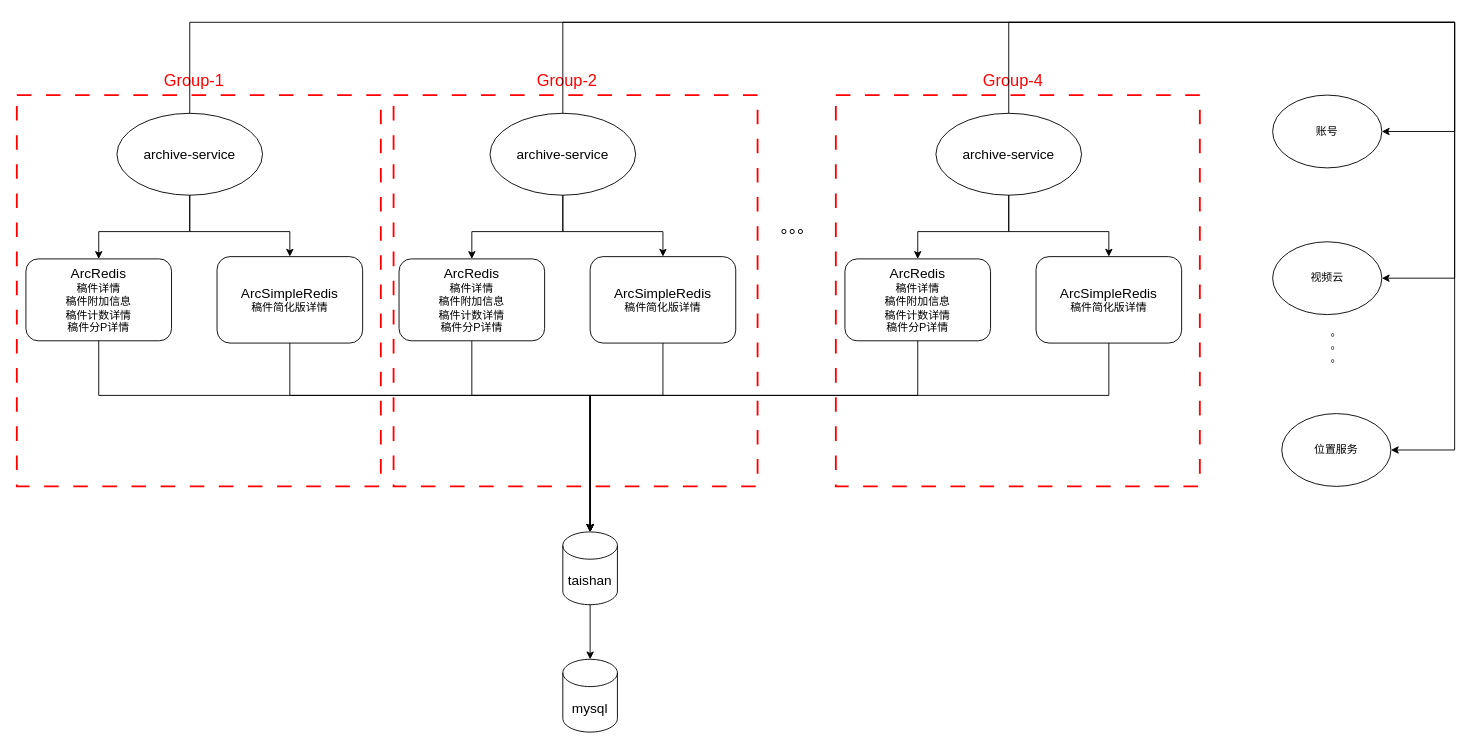
The draw.io diagram archive-service.drawio in smartcharles/tech_draw, before the edit. Source tidied: cells renumbered, new cells numbered last; positions are measured from the earlier drawing's top-left corner, leaving out a move shared by most shapes. Both pictures are drawn from the tidied source at 91%, with x=0, y=0 at pixel (16, 22).
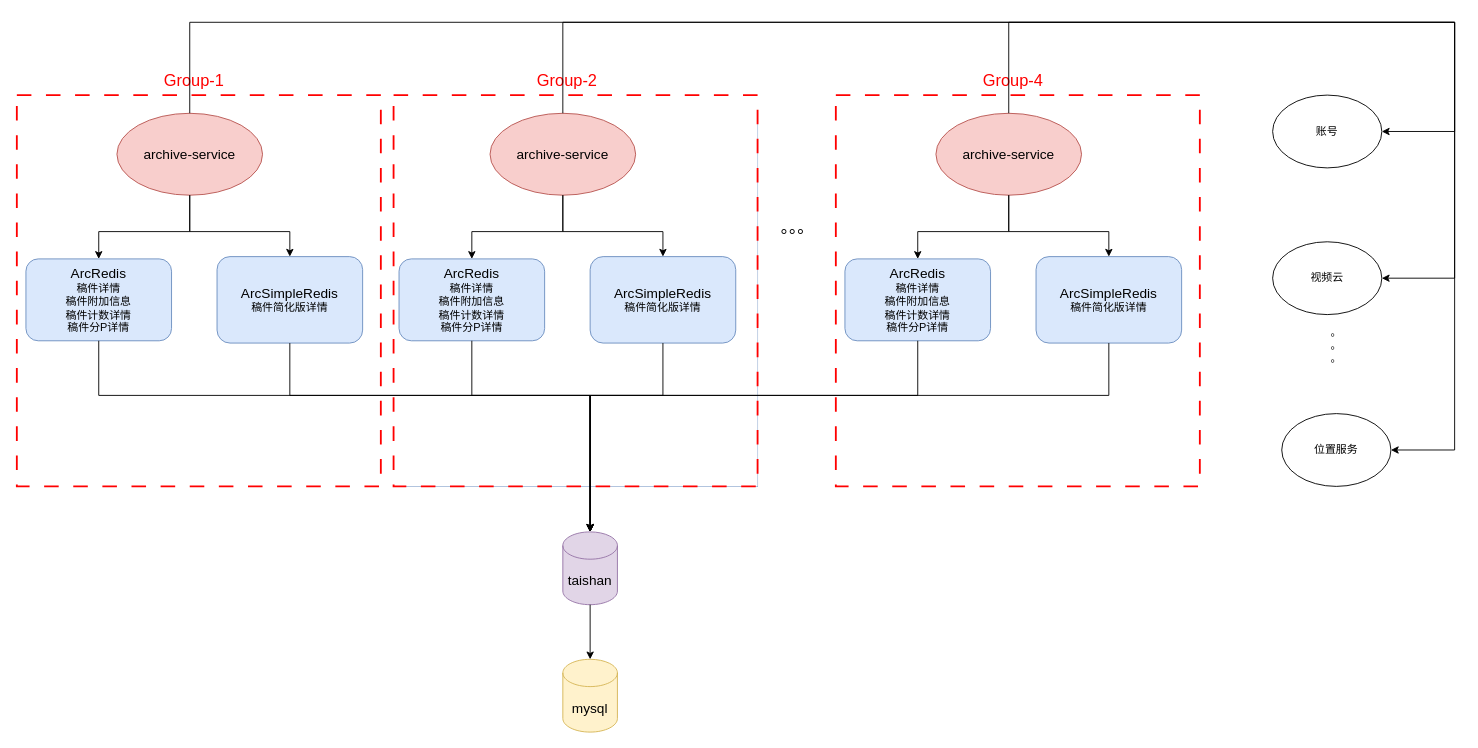
The same page after the edit.

Unchanged cells that the change refers to:
```xml
<mxCell id="2" style="group;" parent="1" vertex="1">
  <mxGeometry width="1580" height="780" as="geometry" />
</mxCell>
<mxCell id="11" style="group;" parent="2" vertex="1">
  <mxGeometry x="10" y="100" width="370" height="252.5" as="geometry" />
</mxCell>
<mxCell id="17" style="group;" parent="2" vertex="1">
  <mxGeometry x="910" y="100" width="390" height="410" as="geometry" />
</mxCell>
```

Change to the diagram source:
```diff
@@
-    <mxCell id="4" style="group;" parent="2" vertex="1">
+    <mxCell id="4" style="group;fillColor=#dae8fc;strokeColor=#6c8ebf;" parent="2" vertex="1">
       <mxGeometry x="420" y="100" width="394" height="410" as="geometry" />
     </mxCell>
@@
-    <mxCell id="6" value="&lt;font style=&quot;font-size: 15px;&quot;&gt;archive-service&lt;/font&gt;" style="ellipse;whiteSpace=wrap;html=1;" parent="4" vertex="1">
+    <mxCell id="6" value="&lt;font style=&quot;font-size: 15px;&quot;&gt;archive-service&lt;/font&gt;" style="ellipse;whiteSpace=wrap;html=1;fillColor=#f8cecc;strokeColor=#b85450;" parent="4" vertex="1">
       <mxGeometry x="100" width="160" height="90" as="geometry" />
     </mxCell>
-    <mxCell id="7" value="&lt;font style=&quot;font-size: 15px;&quot;&gt;ArcRedis&lt;/font&gt;&lt;br&gt;稿件详情&lt;br&gt;稿件附加信息&lt;br&gt;稿件计数详情&lt;br&gt;稿件分P详情" style="rounded=1;whiteSpace=wrap;html=1;" parent="4" vertex="1">
+    <mxCell id="7" value="&lt;font style=&quot;font-size: 15px;&quot;&gt;ArcRedis&lt;/font&gt;&lt;br&gt;稿件详情&lt;br&gt;稿件附加信息&lt;br&gt;稿件计数详情&lt;br&gt;稿件分P详情" style="rounded=1;whiteSpace=wrap;html=1;fillColor=#dae8fc;strokeColor=#6c8ebf;" parent="4" vertex="1">
       <mxGeometry y="160" width="160" height="90" as="geometry" />
     </mxCell>
@@
-    <mxCell id="9" value="&lt;font style=&quot;&quot;&gt;&lt;span style=&quot;font-size: 15px;&quot;&gt;ArcSimpleRedis&lt;/span&gt;&lt;br&gt;&lt;font style=&quot;font-size: 12px;&quot;&gt;稿件简化版详情&lt;/font&gt;&lt;br&gt;&lt;/font&gt;" style="rounded=1;whiteSpace=wrap;html=1;" parent="4" vertex="1">
+    <mxCell id="9" value="&lt;font style=&quot;&quot;&gt;&lt;span style=&quot;font-size: 15px;&quot;&gt;ArcSimpleRedis&lt;/span&gt;&lt;br&gt;&lt;font style=&quot;font-size: 12px;&quot;&gt;稿件简化版详情&lt;/font&gt;&lt;br&gt;&lt;/font&gt;" style="rounded=1;whiteSpace=wrap;html=1;fillColor=#dae8fc;strokeColor=#6c8ebf;" parent="4" vertex="1">
       <mxGeometry x="210" y="157.5" width="160" height="95" as="geometry" />
     </mxCell>
@@
-    <mxCell id="12" value="&lt;font style=&quot;font-size: 15px;&quot;&gt;archive-service&lt;/font&gt;" style="ellipse;whiteSpace=wrap;html=1;" parent="11" vertex="1">
+    <mxCell id="12" value="&lt;font style=&quot;font-size: 15px;&quot;&gt;archive-service&lt;/font&gt;" style="ellipse;whiteSpace=wrap;html=1;fillColor=#f8cecc;strokeColor=#b85450;" parent="11" vertex="1">
       <mxGeometry x="100" width="160" height="90" as="geometry" />
     </mxCell>
-    <mxCell id="13" value="&lt;font style=&quot;font-size: 15px;&quot;&gt;ArcRedis&lt;/font&gt;&lt;br&gt;稿件详情&lt;br&gt;稿件附加信息&lt;br&gt;稿件计数详情&lt;br&gt;稿件分P详情" style="rounded=1;whiteSpace=wrap;html=1;" parent="11" vertex="1">
+    <mxCell id="13" value="&lt;font style=&quot;font-size: 15px;&quot;&gt;ArcRedis&lt;/font&gt;&lt;br&gt;稿件详情&lt;br&gt;稿件附加信息&lt;br&gt;稿件计数详情&lt;br&gt;稿件分P详情" style="rounded=1;whiteSpace=wrap;html=1;fillColor=#dae8fc;strokeColor=#6c8ebf;" parent="11" vertex="1">
       <mxGeometry y="160" width="160" height="90" as="geometry" />
     </mxCell>
@@
-    <mxCell id="15" value="&lt;font style=&quot;&quot;&gt;&lt;span style=&quot;font-size: 15px;&quot;&gt;ArcSimpleRedis&lt;/span&gt;&lt;br&gt;&lt;font style=&quot;font-size: 12px;&quot;&gt;稿件简化版详情&lt;/font&gt;&lt;br&gt;&lt;/font&gt;" style="rounded=1;whiteSpace=wrap;html=1;" parent="11" vertex="1">
+    <mxCell id="15" value="&lt;font style=&quot;&quot;&gt;&lt;span style=&quot;font-size: 15px;&quot;&gt;ArcSimpleRedis&lt;/span&gt;&lt;br&gt;&lt;font style=&quot;font-size: 12px;&quot;&gt;稿件简化版详情&lt;/font&gt;&lt;br&gt;&lt;/font&gt;" style="rounded=1;whiteSpace=wrap;html=1;fillColor=#dae8fc;strokeColor=#6c8ebf;" parent="11" vertex="1">
       <mxGeometry x="210" y="157.5" width="160" height="95" as="geometry" />
     </mxCell>
@@
-    <mxCell id="19" value="&lt;font style=&quot;font-size: 15px;&quot;&gt;archive-service&lt;/font&gt;" style="ellipse;whiteSpace=wrap;html=1;" parent="17" vertex="1">
+    <mxCell id="19" value="&lt;font style=&quot;font-size: 15px;&quot;&gt;archive-service&lt;/font&gt;" style="ellipse;whiteSpace=wrap;html=1;fillColor=#f8cecc;strokeColor=#b85450;" parent="17" vertex="1">
       <mxGeometry x="100" width="160" height="90" as="geometry" />
     </mxCell>
-    <mxCell id="20" value="&lt;font style=&quot;font-size: 15px;&quot;&gt;ArcRedis&lt;/font&gt;&lt;br&gt;稿件详情&lt;br&gt;稿件附加信息&lt;br&gt;稿件计数详情&lt;br&gt;稿件分P详情" style="rounded=1;whiteSpace=wrap;html=1;" parent="17" vertex="1">
+    <mxCell id="20" value="&lt;font style=&quot;font-size: 15px;&quot;&gt;ArcRedis&lt;/font&gt;&lt;br&gt;稿件详情&lt;br&gt;稿件附加信息&lt;br&gt;稿件计数详情&lt;br&gt;稿件分P详情" style="rounded=1;whiteSpace=wrap;html=1;fillColor=#dae8fc;strokeColor=#6c8ebf;" parent="17" vertex="1">
       <mxGeometry y="160" width="160" height="90" as="geometry" />
     </mxCell>
@@
-    <mxCell id="22" value="&lt;font style=&quot;&quot;&gt;&lt;span style=&quot;font-size: 15px;&quot;&gt;ArcSimpleRedis&lt;/span&gt;&lt;br&gt;&lt;font style=&quot;font-size: 12px;&quot;&gt;稿件简化版详情&lt;/font&gt;&lt;br&gt;&lt;/font&gt;" style="rounded=1;whiteSpace=wrap;html=1;" parent="17" vertex="1">
+    <mxCell id="22" value="&lt;font style=&quot;&quot;&gt;&lt;span style=&quot;font-size: 15px;&quot;&gt;ArcSimpleRedis&lt;/span&gt;&lt;br&gt;&lt;font style=&quot;font-size: 12px;&quot;&gt;稿件简化版详情&lt;/font&gt;&lt;br&gt;&lt;/font&gt;" style="rounded=1;whiteSpace=wrap;html=1;fillColor=#dae8fc;strokeColor=#6c8ebf;" parent="17" vertex="1">
       <mxGeometry x="210" y="157.5" width="160" height="95" as="geometry" />
     </mxCell>
@@
-    <mxCell id="25" value="&lt;font style=&quot;font-size: 15px;&quot;&gt;taishan&lt;/font&gt;" style="shape=cylinder3;whiteSpace=wrap;html=1;boundedLbl=1;backgroundOutline=1;size=15;" parent="2" vertex="1">
+    <mxCell id="25" value="&lt;font style=&quot;font-size: 15px;&quot;&gt;taishan&lt;/font&gt;" style="shape=cylinder3;whiteSpace=wrap;html=1;boundedLbl=1;backgroundOutline=1;size=15;fillColor=#e1d5e7;strokeColor=#9673a6;" parent="2" vertex="1">
       <mxGeometry x="600" y="560" width="60" height="80" as="geometry" />
     </mxCell>
-    <mxCell id="26" value="&lt;font style=&quot;font-size: 15px;&quot;&gt;mysql&lt;/font&gt;" style="shape=cylinder3;whiteSpace=wrap;html=1;boundedLbl=1;backgroundOutline=1;size=15;" parent="2" vertex="1">
+    <mxCell id="26" value="&lt;font style=&quot;font-size: 15px;&quot;&gt;mysql&lt;/font&gt;" style="shape=cylinder3;whiteSpace=wrap;html=1;boundedLbl=1;backgroundOutline=1;size=15;fillColor=#fff2cc;strokeColor=#d6b656;" parent="2" vertex="1">
       <mxGeometry x="600" y="700" width="60" height="80" as="geometry" />
     </mxCell>
```
